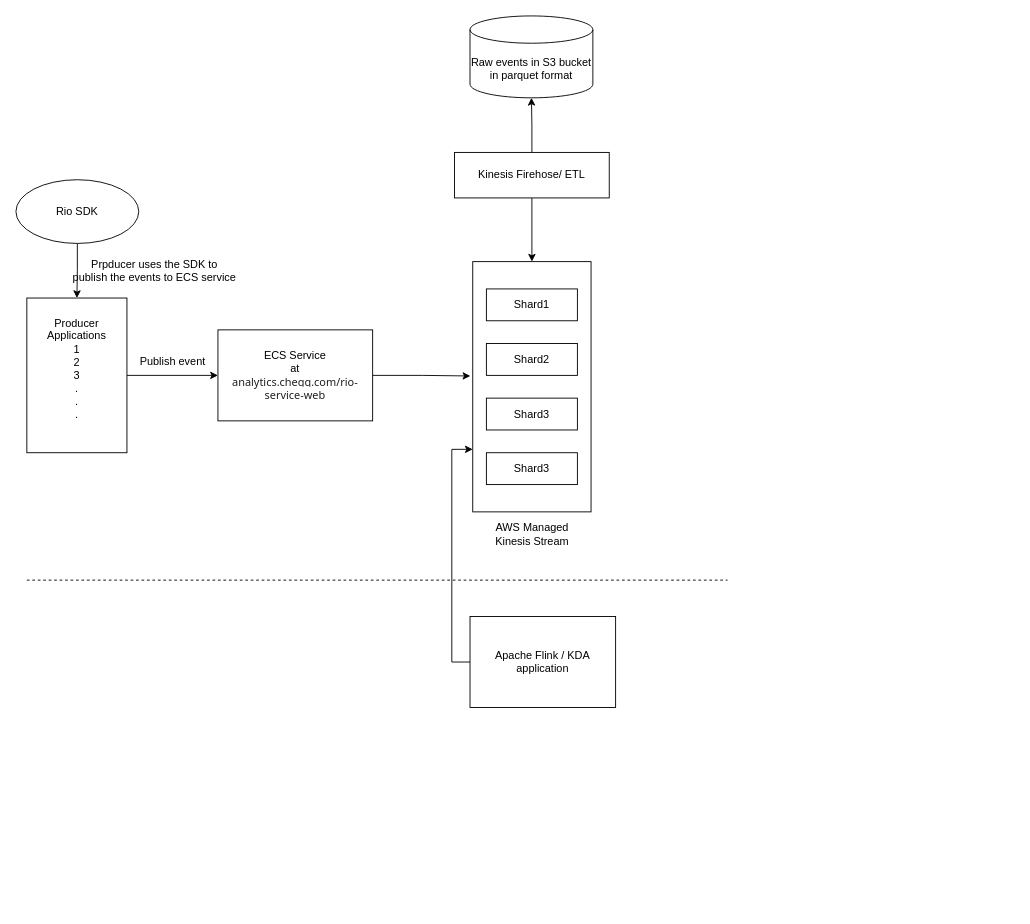
Earlier version of the draw.io diagram WebsiteActivityTrackingSystem.drawio (anshul1790/system-design-playground). Source tidied: cells renumbered, new cells numbered last; positions are measured from the earlier drawing's top-left corner, leaving out a move shared by most shapes. Both pictures are drawn from the tidied source at 91%, with x=0, y=0 at pixel (15, 15).
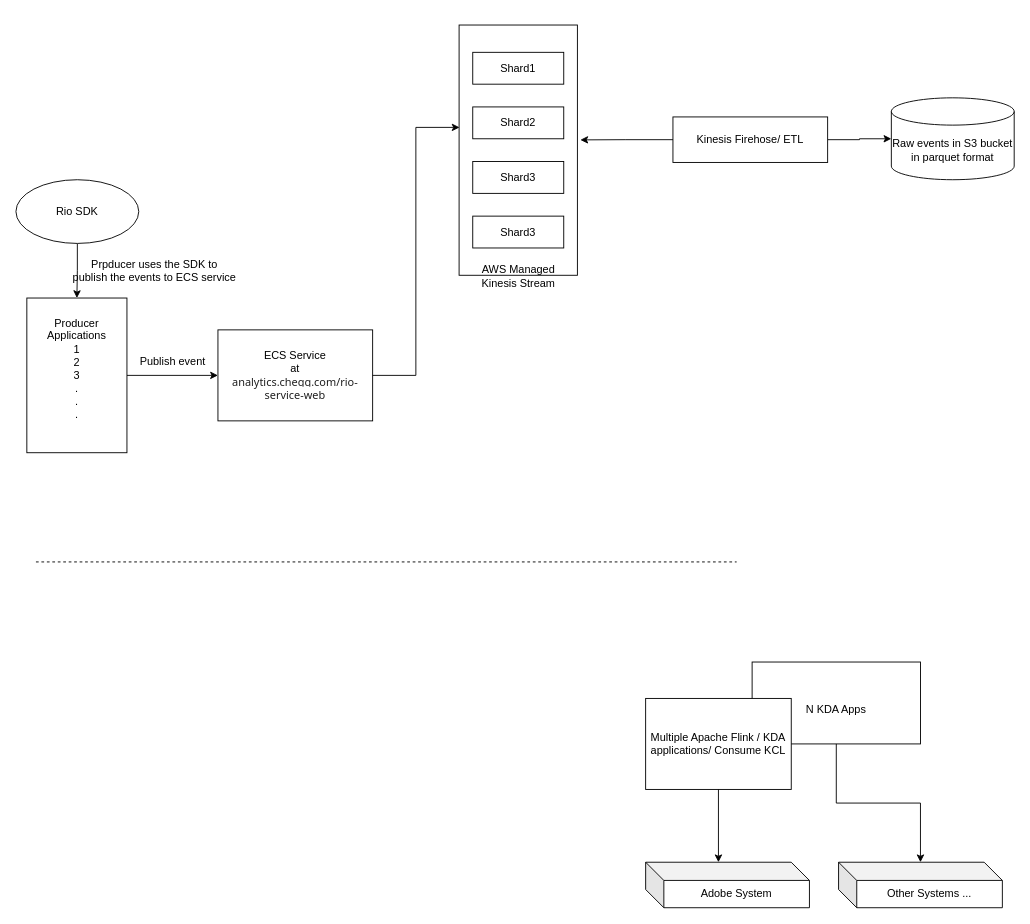
Above is the later version.

The change refers to these unchanged cells:
```xml
<mxCell id="5" value="ECS Service&lt;div&gt;at&lt;/div&gt;&lt;div&gt;&lt;span style=&quot;color: rgb(31, 31, 31); font-family: system-ui, sans-serif; text-align: start; background-color: rgb(255, 255, 255);&quot;&gt;analytics.chegg.com/rio-service-web&lt;/span&gt;&lt;/div&gt;" style="rounded=0;whiteSpace=wrap;html=1;" parent="1" vertex="1">
  <mxGeometry x="222" y="345" width="170" height="100" as="geometry" />
</mxCell>
```

Diff of the diagram source:
```diff
@@
+    <mxCell id="23" value="&lt;div&gt;&lt;br&gt;&lt;/div&gt;&lt;div&gt;&lt;span style=&quot;background-color: initial;&quot;&gt;N KDA Apps&lt;/span&gt;&lt;/div&gt;" style="rounded=0;whiteSpace=wrap;html=1;" parent="1" vertex="1">
+      <mxGeometry x="809" y="710" width="185" height="90" as="geometry" />
+    </mxCell>
     <mxCell id="2" style="rounded=0;whiteSpace=wrap;html=1;" parent="1" vertex="1">
-      <mxGeometry x="502" y="270" width="130" height="275" as="geometry" />
+      <mxGeometry x="487" y="10" width="130" height="275" as="geometry" />
     </mxCell>
@@
     <mxCell id="8" value="Shard1" style="rounded=0;whiteSpace=wrap;html=1;" parent="1" vertex="1">
-      <mxGeometry x="517" y="300" width="100" height="35" as="geometry" />
+      <mxGeometry x="502" y="40" width="100" height="35" as="geometry" />
     </mxCell>
     <mxCell id="9" value="Shard2" style="rounded=0;whiteSpace=wrap;html=1;" parent="1" vertex="1">
-      <mxGeometry x="517" y="360" width="100" height="35" as="geometry" />
+      <mxGeometry x="502" y="100" width="100" height="35" as="geometry" />
     </mxCell>
     <mxCell id="10" value="Shard3" style="rounded=0;whiteSpace=wrap;html=1;" parent="1" vertex="1">
-      <mxGeometry x="517" y="420" width="100" height="35" as="geometry" />
+      <mxGeometry x="502" y="160" width="100" height="35" as="geometry" />
     </mxCell>
     <mxCell id="11" value="Shard3" style="rounded=0;whiteSpace=wrap;html=1;" parent="1" vertex="1">
-      <mxGeometry x="517" y="480" width="100" height="35" as="geometry" />
+      <mxGeometry x="502" y="220" width="100" height="35" as="geometry" />
     </mxCell>
-    <mxCell id="12" style="edgeStyle=orthogonalEdgeStyle;rounded=0;jettySize=auto;html=1;entryX=-0.02;entryY=0.457;entryDx=0;entryDy=0;entryPerimeter=0;" parent="1" edge="1" source="5" target="2">
-      <mxGeometry relative="1" as="geometry" />
-    </mxCell>
     <mxCell id="13" value="AWS Managed&lt;div&gt;Kinesis Stream&lt;/div&gt;" style="text;html=1;align=center;verticalAlign=middle;strokeColor=none;fillColor=none;" parent="1" vertex="1">
-      <mxGeometry x="517" y="550" width="100" height="40" as="geometry" />
+      <mxGeometry x="502" y="266" width="100" height="40" as="geometry" />
     </mxCell>
@@
     <mxCell id="16" value="Raw events in S3 bucket in parquet format" style="shape=cylinder3;whiteSpace=wrap;html=1;boundedLbl=1;backgroundOutline=1;size=15;" parent="1" vertex="1">
-      <mxGeometry x="499" width="135" height="90" as="geometry" />
+      <mxGeometry x="962" y="90" width="135" height="90" as="geometry" />
     </mxCell>
+    <mxCell id="19" style="edgeStyle=orthogonalEdgeStyle;rounded=0;jettySize=auto;html=1;" parent="1" edge="1" source="18" target="16">
+      <mxGeometry relative="1" as="geometry" />
+    </mxCell>
+    <mxCell id="18" value="Kinesis Firehose/ ETL" style="rounded=0;whiteSpace=wrap;html=1;" parent="1" vertex="1">
+      <mxGeometry x="722" y="111" width="170" height="50" as="geometry" />
+    </mxCell>
+    <mxCell id="20" style="endArrow=none;dashed=1;html=1;rounded=0;" parent="1" edge="1">
+      <mxGeometry relative="1" as="geometry">
+        <mxPoint x="22" y="600" as="sourcePoint" />
+        <mxPoint x="792" y="600" as="targetPoint" />
+      </mxGeometry>
+    </mxCell>
+    <mxCell id="22" value="Multiple Apache Flink / KDA applications/ Consume KCL" style="rounded=0;whiteSpace=wrap;html=1;" parent="1" vertex="1">
+      <mxGeometry x="692" y="750" width="160" height="100" as="geometry" />
+    </mxCell>
+    <mxCell id="24" value="Adobe System" style="shape=cube;whiteSpace=wrap;html=1;boundedLbl=1;backgroundOutline=1;darkOpacity=0.05;darkOpacity2=0.1;" parent="1" vertex="1">
+      <mxGeometry x="692" y="930" width="180" height="50" as="geometry" />
+    </mxCell>
+    <mxCell id="25" style="edgeStyle=orthogonalEdgeStyle;rounded=0;jettySize=auto;html=1;" parent="1" edge="1" source="23" target="27">
+      <mxGeometry relative="1" as="geometry" />
+    </mxCell>
+    <mxCell id="26" style="edgeStyle=orthogonalEdgeStyle;rounded=0;jettySize=auto;html=1;entryX=0;entryY=0;entryDx=80;entryDy=0;entryPerimeter=0;" parent="1" edge="1" source="22" target="24">
+      <mxGeometry relative="1" as="geometry" />
+    </mxCell>
+    <mxCell id="27" value="Other Systems ..." style="shape=cube;whiteSpace=wrap;html=1;boundedLbl=1;backgroundOutline=1;darkOpacity=0.05;darkOpacity2=0.1;" parent="1" vertex="1">
+      <mxGeometry x="904" y="930" width="180" height="50" as="geometry" />
+    </mxCell>
-    <mxCell id="17" style="edgeStyle=orthogonalEdgeStyle;rounded=0;jettySize=auto;html=1;entryX=0.5;entryY=0;entryDx=0;entryDy=0;" parent="1" edge="1" source="18" target="2">
+    <mxCell id="17" style="edgeStyle=orthogonalEdgeStyle;rounded=0;jettySize=auto;html=1;entryX=1.025;entryY=0.459;entryDx=0;entryDy=0;entryPerimeter=0;" parent="1" edge="1" source="18" target="2">
       <mxGeometry relative="1" as="geometry" />
     </mxCell>
-    <mxCell id="18" value="Kinesis Firehose/ ETL" style="rounded=0;whiteSpace=wrap;html=1;" parent="1" vertex="1">
-      <mxGeometry x="482" y="150" width="170" height="50" as="geometry" />
-    </mxCell>
-    <mxCell id="19" style="edgeStyle=orthogonalEdgeStyle;rounded=0;jettySize=auto;html=1;entryX=0.5;entryY=1;entryDx=0;entryDy=0;entryPerimeter=0;" parent="1" edge="1" source="18" target="16">
-      <mxGeometry relative="1" as="geometry" />
-    </mxCell>
-    <mxCell id="20" style="endArrow=none;dashed=1;html=1;rounded=0;" parent="1" edge="1">
-      <mxGeometry relative="1" as="geometry">
-        <mxPoint x="12" y="620" as="sourcePoint" />
-        <mxPoint x="782" y="620" as="targetPoint" />
-      </mxGeometry>
-    </mxCell>
-    <mxCell id="21" style="edgeStyle=orthogonalEdgeStyle;rounded=0;jettySize=auto;html=1;entryX=0;entryY=0.75;entryDx=0;entryDy=0;exitX=0;exitY=0.5;exitDx=0;exitDy=0;" parent="1" edge="1" source="22" target="2">
-      <mxGeometry relative="1" as="geometry" />
-    </mxCell>
-    <mxCell id="22" value="Apache Flink / KDA application" style="rounded=0;whiteSpace=wrap;html=1;" parent="1" vertex="1">
-      <mxGeometry x="499" y="660" width="160" height="100" as="geometry" />
-    </mxCell>
+    <mxCell id="12" style="edgeStyle=orthogonalEdgeStyle;rounded=0;jettySize=auto;html=1;entryX=0.004;entryY=0.409;entryDx=0;entryDy=0;entryPerimeter=0;" parent="1" edge="1" source="5" target="2">
+      <mxGeometry relative="1" as="geometry" />
+    </mxCell>
```
